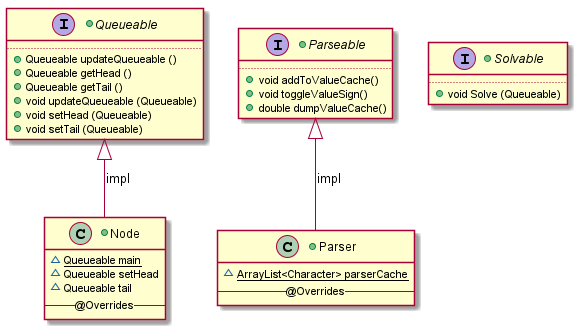
Before: src/docs/UML/Class_Structure.png, a diagram exported from PlantUML (vitalispopoff/calculator). The source it was exported from:
```plantuml
@startuml

+interface Queueable{
    ..
        +   {method} Queueable updateQueueable ()
        +   {method} Queueable getHead ()
        +   {method} Queueable getTail ()
        +   {method} void updateQueueable (Queueable)
        +   {method} void setHead (Queueable)
        +   {method} void setTail (Queueable)
}
+class Node {
        ~   {field} {static} Queueable main
        ~   {field} Queueable setHead
        ~   {field} Queueable tail
    -- @Overrides--
}

Queueable <|-- Node : impl

+interface Parseable{
    ..
        +   {method} void addToValueCache()
        +   {method} void toggleValueSign()
        +   {method} double dumpValueCache()
}

+class Parser{
        ~   {field} {static} ArrayList<Character> parserCache
    --@Overrides--
}

Parseable <|-- Parser : impl

+interface Solvable{
    ..
        +{method} void Solve (Queueable)
}

@enduml
```
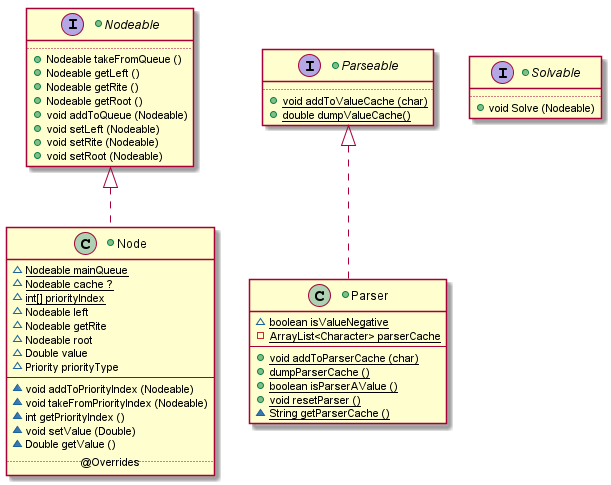
The same file after the commit.

Commit message:
data structure rebuilt

Diff of the diagram source:
```diff
@@ -1,40 +1,57 @@
 @startuml
 
-+interface Queueable{
++interface Nodeable{
     ..
-        +   {method} Queueable updateQueueable ()
-        +   {method} Queueable getHead ()
-        +   {method} Queueable getTail ()
-        +   {method} void updateQueueable (Queueable)
-        +   {method} void setHead (Queueable)
-        +   {method} void setTail (Queueable)
-}
-+class Node {
-        ~   {field} {static} Queueable main
-        ~   {field} Queueable setHead
-        ~   {field} Queueable tail
-    -- @Overrides--
+        +   {method} Nodeable takeFromQueue ()
+        +   {method} Nodeable getLeft ()
+        +   {method} Nodeable getRite ()
+        +   {method} Nodeable getRoot ()
+        +   {method} void addToQueue (Nodeable)
+        +   {method} void setLeft (Nodeable)
+        +   {method} void setRite (Nodeable)
+        +   {method} void setRoot (Nodeable)
 }
 
-Queueable <|-- Node : impl
++class Node implements Nodeable{
+        ~   {field} {static} Nodeable mainQueue
+        ~   {field} {static} Nodeable cache ?
+        ~   {field} {static} int[] priorityIndex
+        ~   {field} Nodeable left
+        ~   {field} Nodeable getRite
+        ~   {field} Nodeable root
+        ~   {field} Double value
+        ~   {field} Priority priorityType
+    --
+        ~   {method} void addToPriorityIndex (Nodeable)
+        ~   {method} void takeFromPriorityIndex (Nodeable)
+        ~   {method} int getPriorityIndex ()
+        ~   {method} void setValue (Double)
+        ~   {method} Double getValue ()
+    .. @Overrides..
+}
 
 +interface Parseable{
     ..
-        +   {method} void addToValueCache()
-        +   {method} void toggleValueSign()
-        +   {method} double dumpValueCache()
+        +   {method} {static} void addToValueCache (char)
+        +   {method} {static} double dumpValueCache()
 }
 
-+class Parser{
-        ~   {field} {static} ArrayList<Character> parserCache
-    --@Overrides--
++class Parser implements Parseable{
+        ~    {field} {static} boolean isValueNegative
+        -   {field} {static} ArrayList<Character> parserCache
+    --
+        +   {method} {static} void addToParserCache (char)
+        +   {method} {static} dumpParserCache ()
+        +   {method} {static} boolean isParserAValue ()
+        +   {method} {static} void resetParser ()
+        ~   {method} {static} String getParserCache ()
 }
 
-Parseable <|-- Parser : impl
+
 
 +interface Solvable{
     ..
-        +{method} void Solve (Queueable)
+        +{method} void Solve (Nodeable)
 }
 
 @enduml
```
